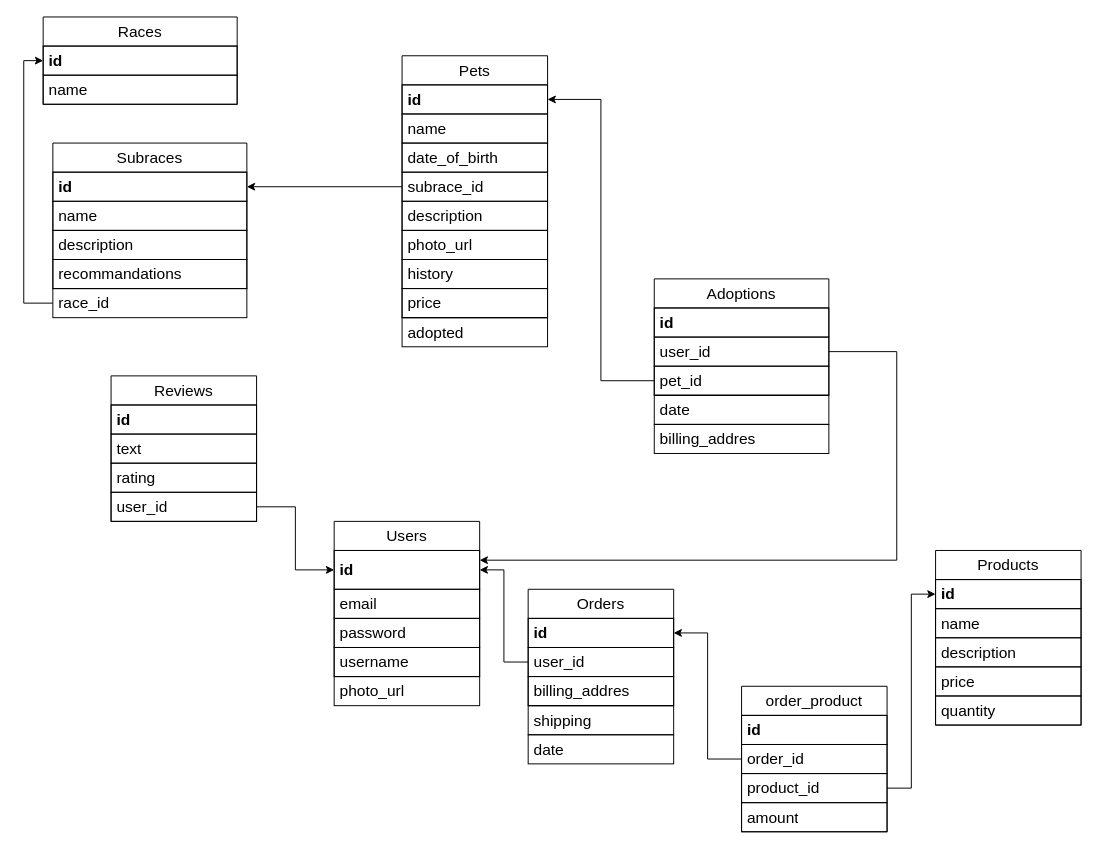
This is database/database.drawio from robertZamfir601/pet-home, a draw.io file, before an edit. Source tidied: cells renumbered, new cells numbered last; positions are measured from the earlier drawing's top-left corner, leaving out a move shared by most shapes. Both pictures are drawn from the tidied source at 97%, with x=0, y=0 at pixel (43, 16).
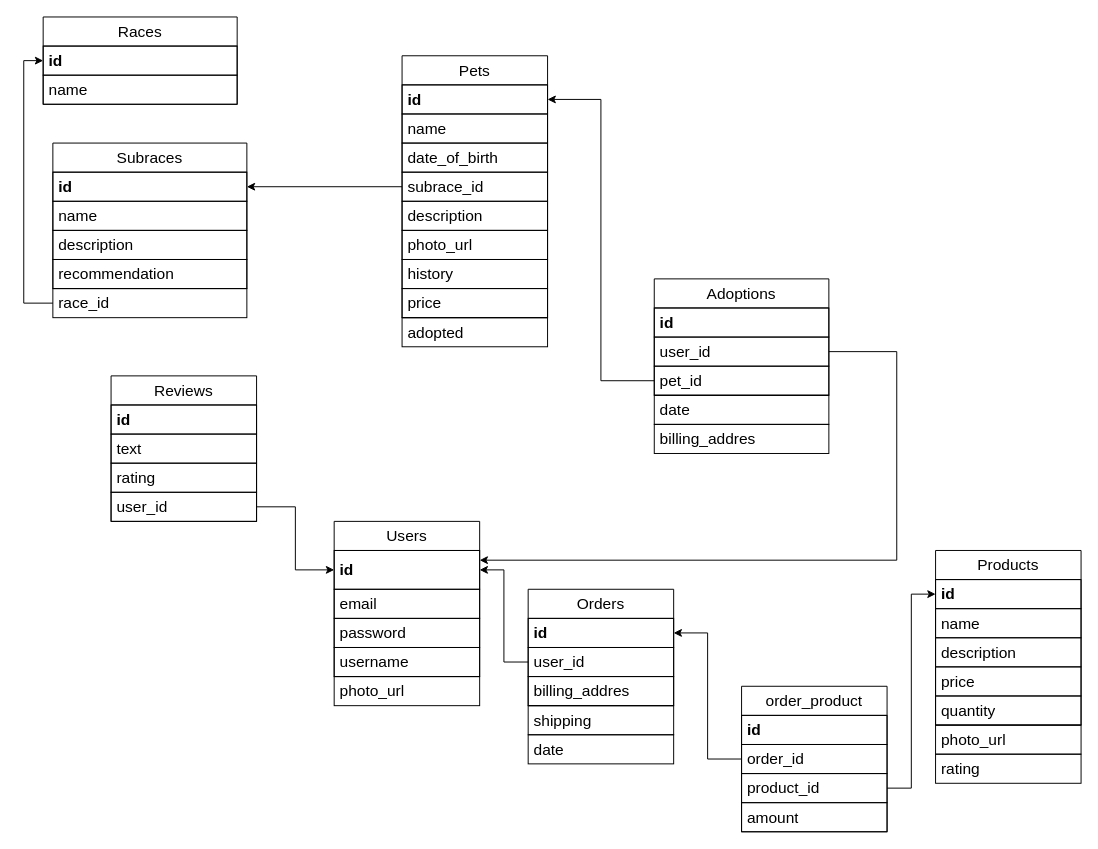
Above is the later version.

Unchanged cells that the change refers to:
```xml
<mxCell id="13" value="Subraces" style="swimlane;fontStyle=0;horizontal=1;startSize=30;whiteSpace=wrap;html=1;fontSize=16;strokeColor=default;" parent="1" vertex="1">
  <mxGeometry x="10" y="130" width="200" height="150" as="geometry" />
</mxCell>
```

What changed in the source:
```diff
@@
-    <mxCell id="17" value="recommandations" style="text;strokeColor=default;fillColor=none;align=left;verticalAlign=middle;spacingLeft=4;spacingRight=4;overflow=hidden;whiteSpace=wrap;html=1;fontSize=16;" parent="13" vertex="1">
+    <mxCell id="17" value="recommendation" style="text;strokeColor=default;fillColor=none;align=left;verticalAlign=middle;spacingLeft=4;spacingRight=4;overflow=hidden;whiteSpace=wrap;html=1;fontSize=16;" parent="13" vertex="1">
       <mxGeometry y="120" width="200" height="30" as="geometry" />
     </mxCell>
@@
+    <mxCell id="63" value="photo_url" style="text;strokeColor=default;fillColor=none;align=left;verticalAlign=middle;spacingLeft=4;spacingRight=4;overflow=hidden;whiteSpace=wrap;html=1;fontSize=16;" parent="1" vertex="1">
+      <mxGeometry x="920" y="730" width="150" height="30" as="geometry" />
+    </mxCell>
+    <mxCell id="64" value="rating" style="text;strokeColor=default;fillColor=none;align=left;verticalAlign=middle;spacingLeft=4;spacingRight=4;overflow=hidden;whiteSpace=wrap;html=1;fontSize=16;" parent="1" vertex="1">
+      <mxGeometry x="920" y="760" width="150" height="30" as="geometry" />
+    </mxCell>
```
